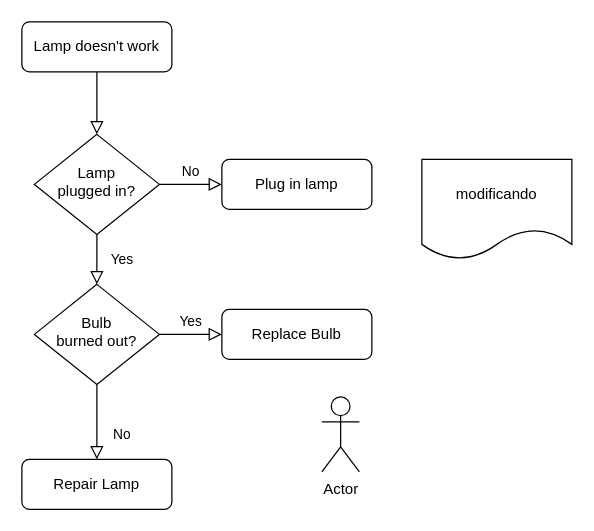
The draw.io diagram Diagrama de Diseño Relacional ACME.drawio in MichelAdrianTorradoRoa/SISTEMA_DE_CONTROL_DE_ACCESO_PARA_EL_COMPLEJO_EMPRESARIAL_ZONA_ACME, before the edit. Source tidied: cells renumbered, new cells numbered last; positions are measured from the earlier drawing's top-left corner, leaving out a move shared by most shapes. Both pictures are drawn from the tidied source at 125%, with x=0, y=0 at pixel (21, 21).
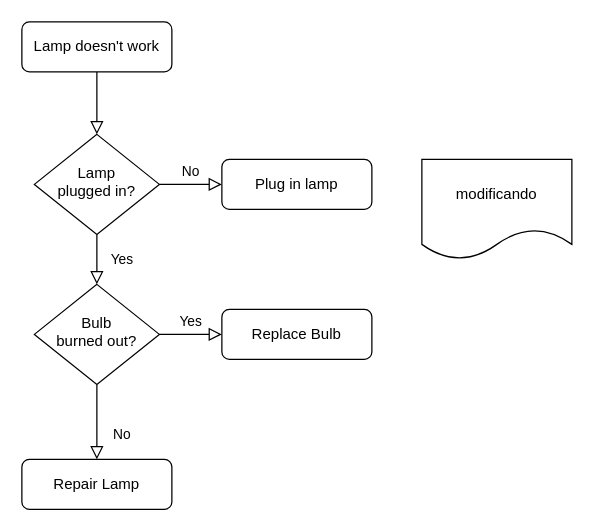
Above is the later version.

Change to the diagram source:
```diff
@@
 <mxGraphModel>
   <root>
     <mxCell id="0" />
     <mxCell id="1" parent="0" />
     <mxCell id="2" style="rounded=0;html=1;jettySize=auto;fontSize=11;endArrow=block;endFill=0;endSize=8;strokeWidth=1;shadow=0;labelBackgroundColor=none;edgeStyle=orthogonalEdgeStyle;" parent="1" edge="1" source="3" target="6">
       <mxGeometry relative="1" as="geometry" />
     </mxCell>
     <mxCell id="3" value="Lamp doesn't work" style="rounded=1;whiteSpace=wrap;html=1;fontSize=12;glass=0;strokeWidth=1;shadow=0;" parent="1" vertex="1">
       <mxGeometry width="120" height="40" as="geometry" />
     </mxCell>
     <mxCell id="4" value="Yes" style="rounded=0;html=1;jettySize=auto;fontSize=11;endArrow=block;endFill=0;endSize=8;strokeWidth=1;shadow=0;labelBackgroundColor=none;edgeStyle=orthogonalEdgeStyle;" parent="1" edge="1" source="6" target="10">
       <mxGeometry y="20" relative="1" as="geometry" />
     </mxCell>
     <mxCell id="5" value="No" style="edgeStyle=orthogonalEdgeStyle;rounded=0;html=1;jettySize=auto;fontSize=11;endArrow=block;endFill=0;endSize=8;strokeWidth=1;shadow=0;labelBackgroundColor=none;" parent="1" edge="1" source="6" target="7">
       <mxGeometry y="10" relative="1" as="geometry" />
     </mxCell>
     <mxCell id="6" value="Lamp&lt;br&gt;plugged in?" style="rhombus;whiteSpace=wrap;html=1;shadow=0;fontFamily=Helvetica;fontSize=12;align=center;strokeWidth=1;spacing=6;spacingTop=-4;" parent="1" vertex="1">
       <mxGeometry x="10" y="90" width="100" height="80" as="geometry" />
     </mxCell>
     <mxCell id="7" value="Plug in lamp" style="rounded=1;whiteSpace=wrap;html=1;fontSize=12;glass=0;strokeWidth=1;shadow=0;" parent="1" vertex="1">
       <mxGeometry x="160" y="110" width="120" height="40" as="geometry" />
     </mxCell>
     <mxCell id="8" value="No" style="rounded=0;html=1;jettySize=auto;fontSize=11;endArrow=block;endFill=0;endSize=8;strokeWidth=1;shadow=0;labelBackgroundColor=none;edgeStyle=orthogonalEdgeStyle;" parent="1" edge="1" source="10" target="11">
       <mxGeometry x="0.33" y="20" relative="1" as="geometry" />
     </mxCell>
     <mxCell id="9" value="Yes" style="edgeStyle=orthogonalEdgeStyle;rounded=0;html=1;jettySize=auto;fontSize=11;endArrow=block;endFill=0;endSize=8;strokeWidth=1;shadow=0;labelBackgroundColor=none;" parent="1" edge="1" source="10" target="12">
       <mxGeometry y="10" relative="1" as="geometry" />
     </mxCell>
     <mxCell id="10" value="Bulb&lt;br&gt;burned out?" style="rhombus;whiteSpace=wrap;html=1;shadow=0;fontFamily=Helvetica;fontSize=12;align=center;strokeWidth=1;spacing=6;spacingTop=-4;" parent="1" vertex="1">
       <mxGeometry x="10" y="210" width="100" height="80" as="geometry" />
     </mxCell>
     <mxCell id="11" value="Repair Lamp" style="rounded=1;whiteSpace=wrap;html=1;fontSize=12;glass=0;strokeWidth=1;shadow=0;" parent="1" vertex="1">
       <mxGeometry y="350" width="120" height="40" as="geometry" />
     </mxCell>
     <mxCell id="12" value="Replace Bulb" style="rounded=1;whiteSpace=wrap;html=1;fontSize=12;glass=0;strokeWidth=1;shadow=0;" parent="1" vertex="1">
       <mxGeometry x="160" y="230" width="120" height="40" as="geometry" />
     </mxCell>
     <mxCell id="13" value="modificando" style="shape=document;whiteSpace=wrap;html=1;boundedLbl=1;" parent="1" vertex="1">
       <mxGeometry x="320" y="110" width="120" height="80" as="geometry" />
     </mxCell>
-    <mxCell id="14" value="Actor" style="shape=umlActor;verticalLabelPosition=bottom;verticalAlign=top;html=1;" parent="1" vertex="1">
-      <mxGeometry x="240" y="300" width="30" height="60" as="geometry" />
-    </mxCell>
   </root>
 </mxGraphModel>
```
